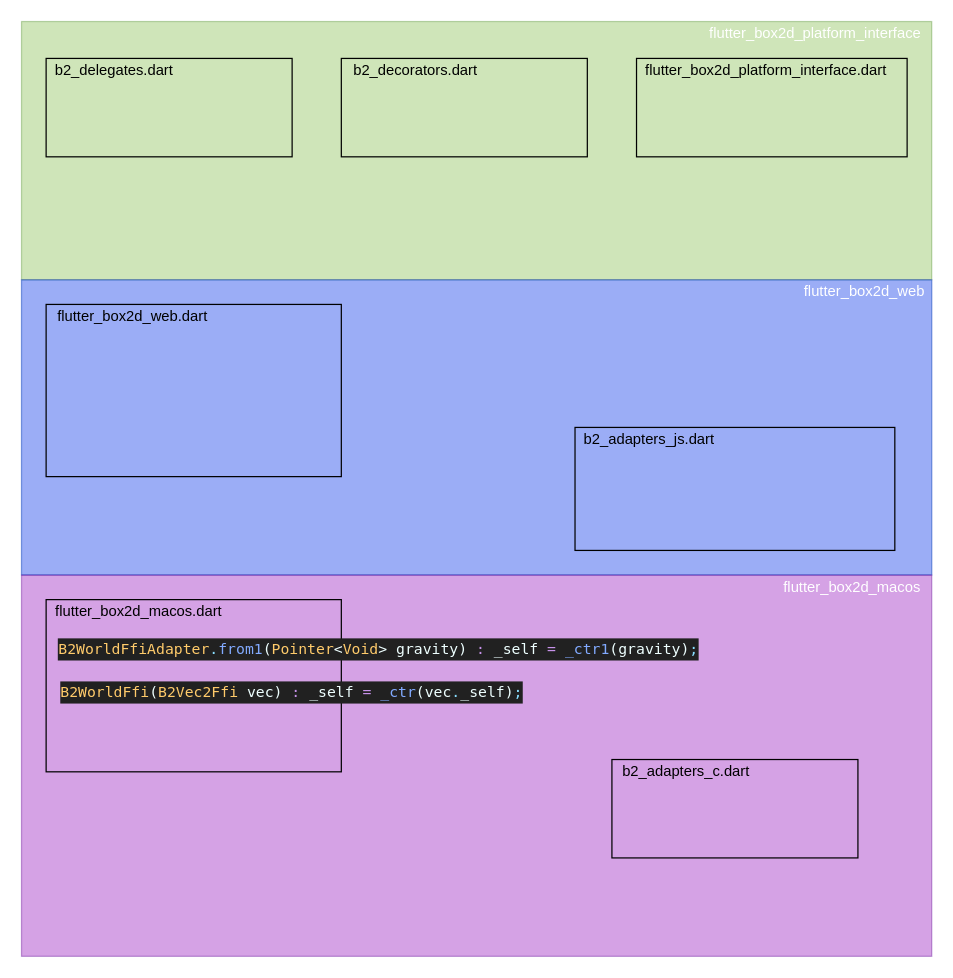
enspyrco/monorepo keeps this draw.io diagram as page "Constructors" (7 of 7) of packages/flutter-plugins/flutter_box2d/flutter_box2d/docs/design/overall.dio. Above is the earlier version. Source tidied: cells renumbered, new cells numbered last; positions are measured from the earlier drawing's top-left corner, leaving out a move shared by most shapes. Both pictures are drawn from the tidied source at 123%, with x=0, y=0 at pixel (21, 21).
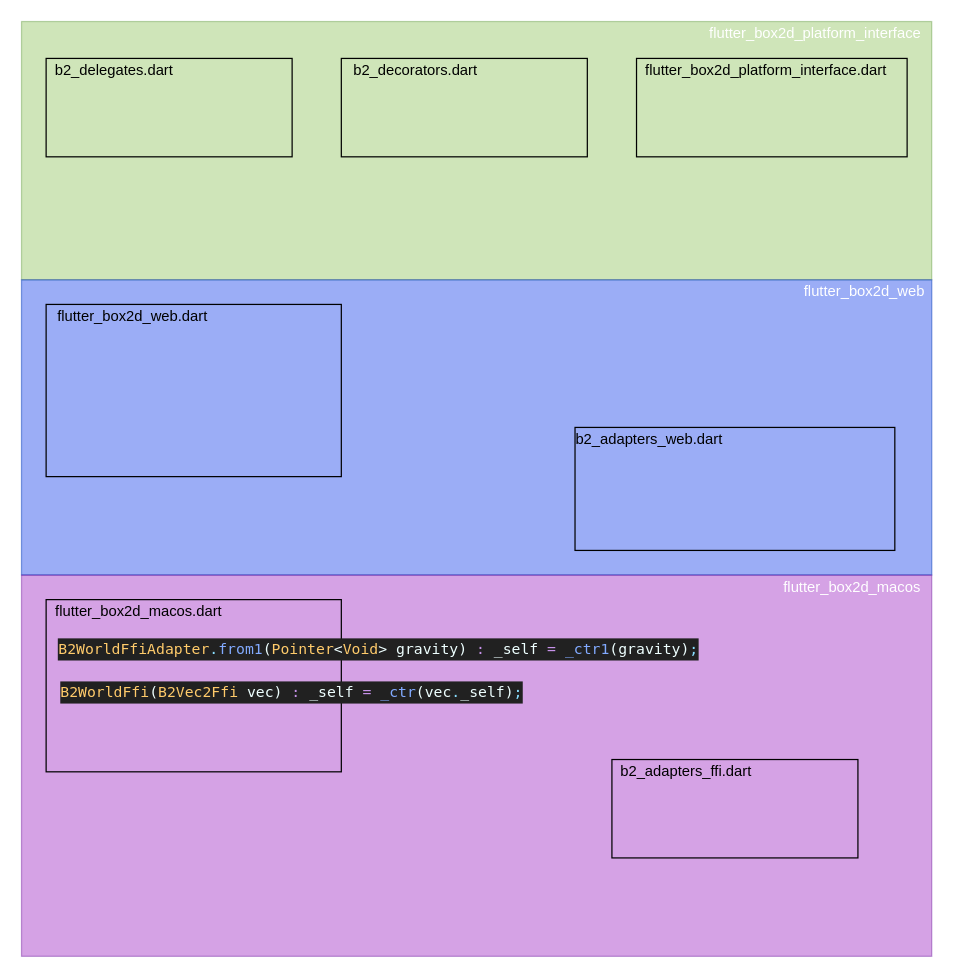
The same page after the edit.

Unchanged cells that the change refers to:
```xml
<mxCell id="3" style="group;fillColor=#6a00ff;fontColor=#ffffff;strokeColor=#3700CC;opacity=30;" parent="1" vertex="1">
  <mxGeometry y="210" width="740" height="240" as="geometry" />
</mxCell>
<mxCell id="19" style="group;" parent="11" vertex="1">
  <mxGeometry x="480" y="150" width="200" height="80" as="geometry" />
</mxCell>
```

What changed in the source:
```diff
@@
-    <mxCell id="10" value="b2_adapters_js.dart" style="text;html=1;align=center;verticalAlign=middle;strokeColor=none;fillColor=none;" parent="3" vertex="1">
+    <mxCell id="10" value="b2_adapters_web.dart" style="text;html=1;align=center;verticalAlign=middle;strokeColor=none;fillColor=none;" parent="3" vertex="1">
       <mxGeometry x="450" y="120" width="120" height="20" as="geometry" />
     </mxCell>
@@
-    <mxCell id="21" value="b2_adapters_c.dart" style="text;html=1;align=center;verticalAlign=middle;strokeColor=none;fillColor=none;" parent="19" vertex="1">
+    <mxCell id="21" value="b2_adapters_ffi.dart" style="text;html=1;align=center;verticalAlign=middle;strokeColor=none;fillColor=none;" parent="19" vertex="1">
       <mxGeometry width="120" height="20" as="geometry" />
     </mxCell>
```
